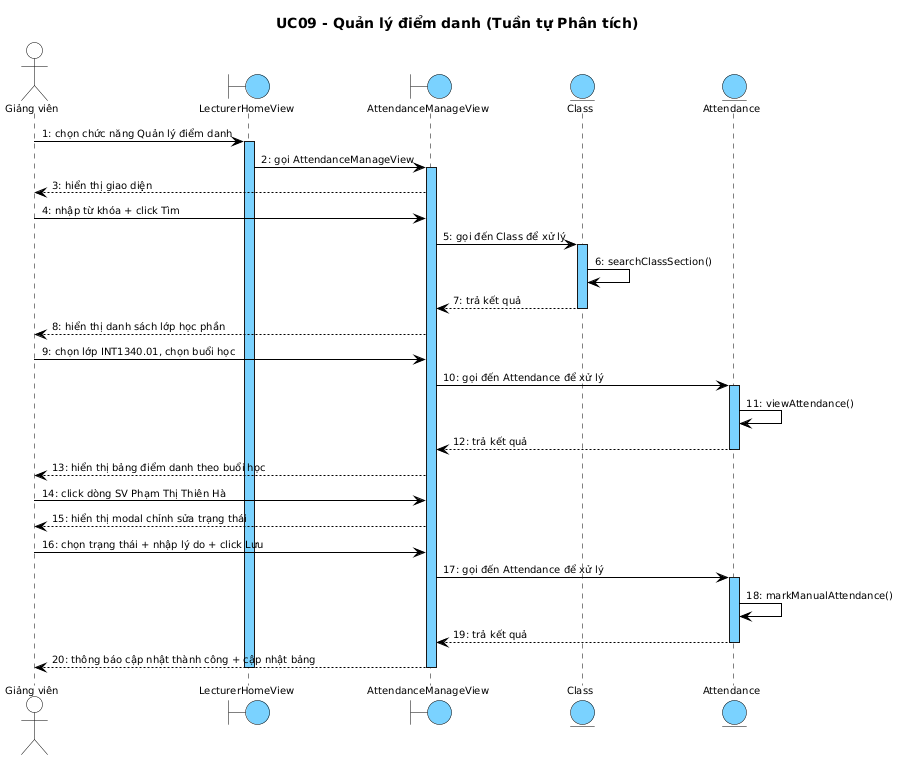
Above: report/diagrams/seq_analysis_uc09.png in thanhtrnnn/universe (PlantUML), before the change. Its diagram source:
```plantuml
@startuml
skinparam shadowing false
skinparam SequenceMessageAlign left
skinparam SequenceLifeLineBackgroundColor #7AD2FF
skinparam SequenceLifeLineBorderColor #000000
<style>
sequenceDiagram {
  Shadowing 0
  RoundCorner 0
  FontName "Arial"
  FontSize 10
  FontColor #000000
  boundary { BackgroundColor #7AD2FF; LineColor #000000 }
  entity { BackgroundColor #7AD2FF; LineColor #000000 }
  actor { BackgroundColor transparent; LineColor #000000 }
  lifeline { LineColor #000000; LineStyle 5-5 }
  arrow { LineColor #000000; LineThickness 1; FontSize 10 }
}
</style>
title UC09 - Quản lý điểm danh (Tuần tự Phân tích)

actor "Giảng viên" as GV
boundary LecturerHomeView
boundary AttendanceManageView
entity Class
entity Attendance

GV -> LecturerHomeView : 1: chọn chức năng Quản lý điểm danh
activate LecturerHomeView
LecturerHomeView -> AttendanceManageView : 2: gọi AttendanceManageView
activate AttendanceManageView
AttendanceManageView --> GV : 3: hiển thị giao diện
GV -> AttendanceManageView : 4: nhập từ khóa + click Tìm
AttendanceManageView -> Class : 5: gọi đến Class để xử lý
activate Class
Class -> Class : 6: searchClassSection()
Class --> AttendanceManageView : 7: trả kết quả
deactivate Class
AttendanceManageView --> GV : 8: hiển thị danh sách lớp học phần
GV -> AttendanceManageView : 9: chọn lớp INT1340.01, chọn buổi học
AttendanceManageView -> Attendance : 10: gọi đến Attendance để xử lý
activate Attendance
Attendance -> Attendance : 11: viewAttendance()
Attendance --> AttendanceManageView : 12: trả kết quả
deactivate Attendance
AttendanceManageView --> GV : 13: hiển thị bảng điểm danh theo buổi học
GV -> AttendanceManageView : 14: click dòng SV Phạm Thị Thiên Hà
AttendanceManageView --> GV : 15: hiển thị modal chỉnh sửa trạng thái
GV -> AttendanceManageView : 16: chọn trạng thái + nhập lý do + click Lưu
AttendanceManageView -> Attendance : 17: gọi đến Attendance để xử lý
activate Attendance
Attendance -> Attendance : 18: markManualAttendance()
Attendance --> AttendanceManageView : 19: trả kết quả
deactivate Attendance
AttendanceManageView --> GV : 20: thông báo cập nhật thành công + cập nhật bảng
deactivate AttendanceManageView
deactivate LecturerHomeView
@enduml
```
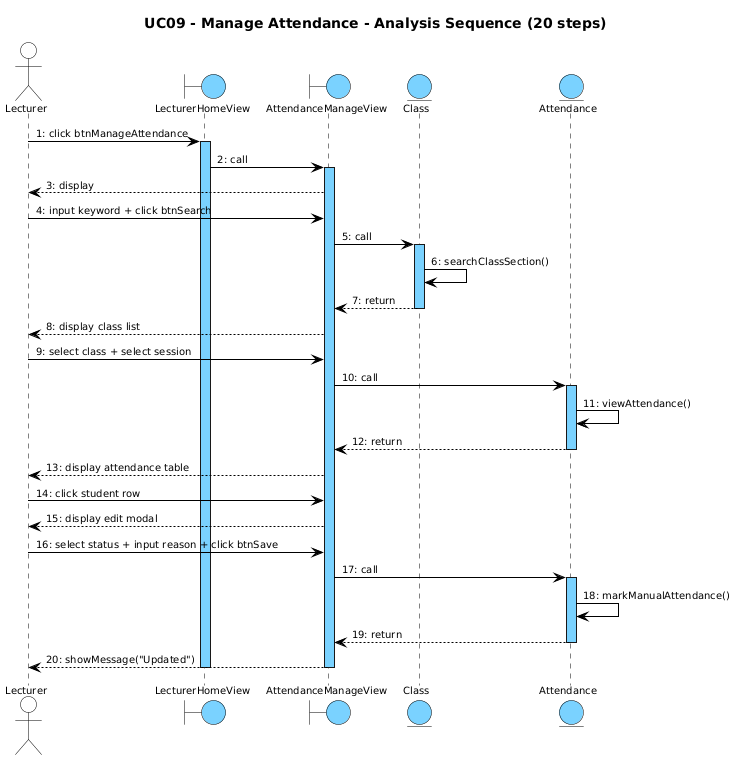
The same diagram one commit later.

Change to the diagram source:
```diff
@@ -10,49 +10,78 @@
   FontName "Arial"
   FontSize 10
   FontColor #000000
-  boundary { BackgroundColor #7AD2FF; LineColor #000000 }
-  entity { BackgroundColor #7AD2FF; LineColor #000000 }
-  actor { BackgroundColor transparent; LineColor #000000 }
-  lifeline { LineColor #000000; LineStyle 5-5 }
-  arrow { LineColor #000000; LineThickness 1; FontSize 10 }
+
+  participant {
+    BackgroundColor #7AD2FF
+    LineColor #000000
+    LineThickness 1
+  }
+
+  actor {
+    BackgroundColor transparent
+    LineColor #000000
+  }
+  boundary {
+    BackgroundColor #7AD2FF
+    LineColor #000000
+  }
+  control {
+    BackgroundColor #7AD2FF
+    LineColor #000000
+  }
+  entity {
+    BackgroundColor #7AD2FF
+    LineColor #000000
+  }
+
+  lifeline {
+    LineColor #000000
+    LineStyle 5-5
+  }
+
+  arrow {
+    LineColor #000000
+    LineThickness 1
+    FontSize 10
+  }
 }
 </style>
-title UC09 - Quản lý điểm danh (Tuần tự Phân tích)
+title UC09 - Manage Attendance - Analysis Sequence (20 steps)
 
-actor "Giảng viên" as GV
+actor "Lecturer" as Actor
 boundary LecturerHomeView
 boundary AttendanceManageView
 entity Class
 entity Attendance
 
-GV -> LecturerHomeView : 1: chọn chức năng Quản lý điểm danh
+Actor -> LecturerHomeView : 1: click btnManageAttendance
 activate LecturerHomeView
-LecturerHomeView -> AttendanceManageView : 2: gọi AttendanceManageView
+LecturerHomeView -> AttendanceManageView : 2: call
 activate AttendanceManageView
-AttendanceManageView --> GV : 3: hiển thị giao diện
-GV -> AttendanceManageView : 4: nhập từ khóa + click Tìm
-AttendanceManageView -> Class : 5: gọi đến Class để xử lý
+AttendanceManageView --> Actor : 3: display
+Actor -> AttendanceManageView : 4: input keyword + click btnSearch
+AttendanceManageView -> Class : 5: call
 activate Class
 Class -> Class : 6: searchClassSection()
-Class --> AttendanceManageView : 7: trả kết quả
+Class --> AttendanceManageView : 7: return
 deactivate Class
-AttendanceManageView --> GV : 8: hiển thị danh sách lớp học phần
-GV -> AttendanceManageView : 9: chọn lớp INT1340.01, chọn buổi học
-AttendanceManageView -> Attendance : 10: gọi đến Attendance để xử lý
+AttendanceManageView --> Actor : 8: display class list
+Actor -> AttendanceManageView : 9: select class + select session
+AttendanceManageView -> Attendance : 10: call
 activate Attendance
 Attendance -> Attendance : 11: viewAttendance()
-Attendance --> AttendanceManageView : 12: trả kết quả
+Attendance --> AttendanceManageView : 12: return
 deactivate Attendance
-AttendanceManageView --> GV : 13: hiển thị bảng điểm danh theo buổi học
-GV -> AttendanceManageView : 14: click dòng SV Phạm Thị Thiên Hà
-AttendanceManageView --> GV : 15: hiển thị modal chỉnh sửa trạng thái
-GV -> AttendanceManageView : 16: chọn trạng thái + nhập lý do + click Lưu
-AttendanceManageView -> Attendance : 17: gọi đến Attendance để xử lý
+AttendanceManageView --> Actor : 13: display attendance table
+Actor -> AttendanceManageView : 14: click student row
+AttendanceManageView --> Actor : 15: display edit modal
+Actor -> AttendanceManageView : 16: select status + input reason + click btnSave
+AttendanceManageView -> Attendance : 17: call
 activate Attendance
 Attendance -> Attendance : 18: markManualAttendance()
-Attendance --> AttendanceManageView : 19: trả kết quả
+Attendance --> AttendanceManageView : 19: return
 deactivate Attendance
-AttendanceManageView --> GV : 20: thông báo cập nhật thành công + cập nhật bảng
+AttendanceManageView --> Actor : 20: showMessage("Updated")
 deactivate AttendanceManageView
 deactivate LecturerHomeView
 @enduml
```
